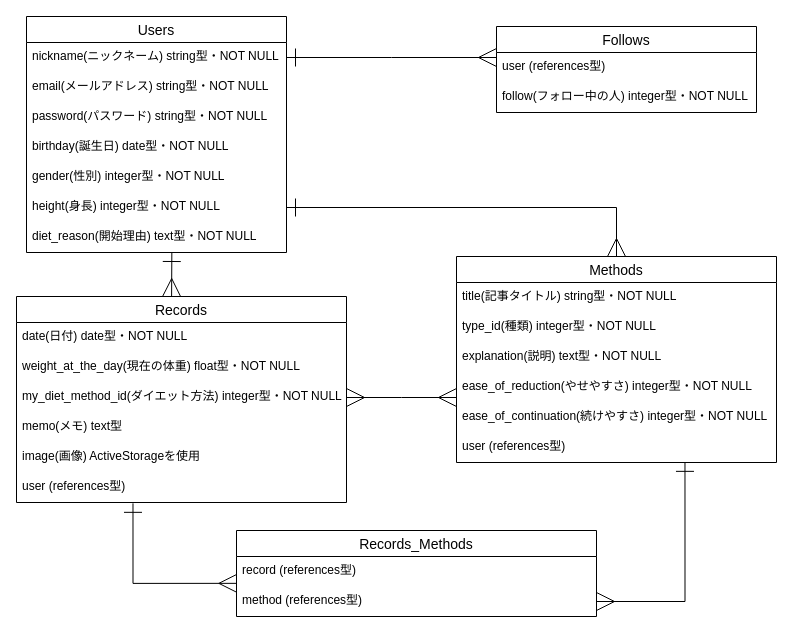
This is database.dio from NUKEDO/diet-app-31127, a draw.io file, before an edit. Source tidied: cells renumbered, new cells numbered last; positions are measured from the earlier drawing's top-left corner, leaving out a move shared by most shapes. Both pictures are drawn from the tidied source at 100%, with x=0, y=0 at pixel (16, 16).
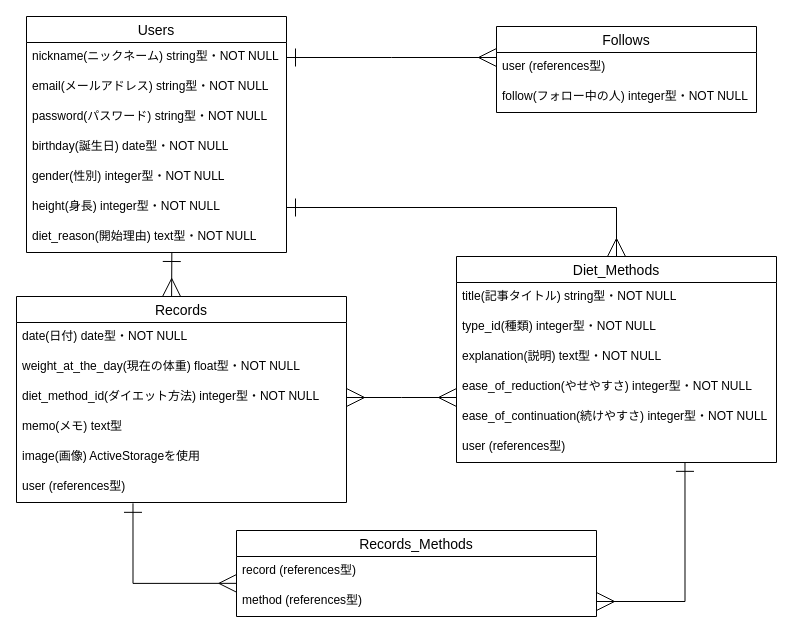
The same page after the edit.

Unchanged cells that the change refers to:
```xml
<mxCell id="29" value="Records" style="swimlane;fontStyle=0;horizontal=1;startSize=26;align=center;fontSize=14;" parent="1" vertex="1">
  <mxGeometry y="280" width="330" height="206" as="geometry" />
</mxCell>
```

The edit, as a diff of the source:
```diff
@@
-    <mxCell id="13" value="Methods" style="swimlane;fontStyle=0;horizontal=1;startSize=26;align=center;fontSize=14;" parent="1" vertex="1">
+    <mxCell id="13" value="Diet_Methods" style="swimlane;fontStyle=0;horizontal=1;startSize=26;align=center;fontSize=14;" parent="1" vertex="1">
       <mxGeometry x="440" y="240" width="320" height="206" as="geometry" />
     </mxCell>
@@
-    <mxCell id="32" value="my_diet_method_id(ダイエット方法) integer型・NOT NULL" style="text;strokeColor=none;fillColor=none;spacingLeft=4;spacingRight=4;overflow=hidden;points=[[0,0.5],[1,0.5]];portConstraint=eastwest;fontSize=12;" parent="29" vertex="1">
+    <mxCell id="32" value="diet_method_id(ダイエット方法) integer型・NOT NULL" style="text;strokeColor=none;fillColor=none;spacingLeft=4;spacingRight=4;overflow=hidden;points=[[0,0.5],[1,0.5]];portConstraint=eastwest;fontSize=12;" parent="29" vertex="1">
       <mxGeometry y="86" width="330" height="30" as="geometry" />
     </mxCell>
```
